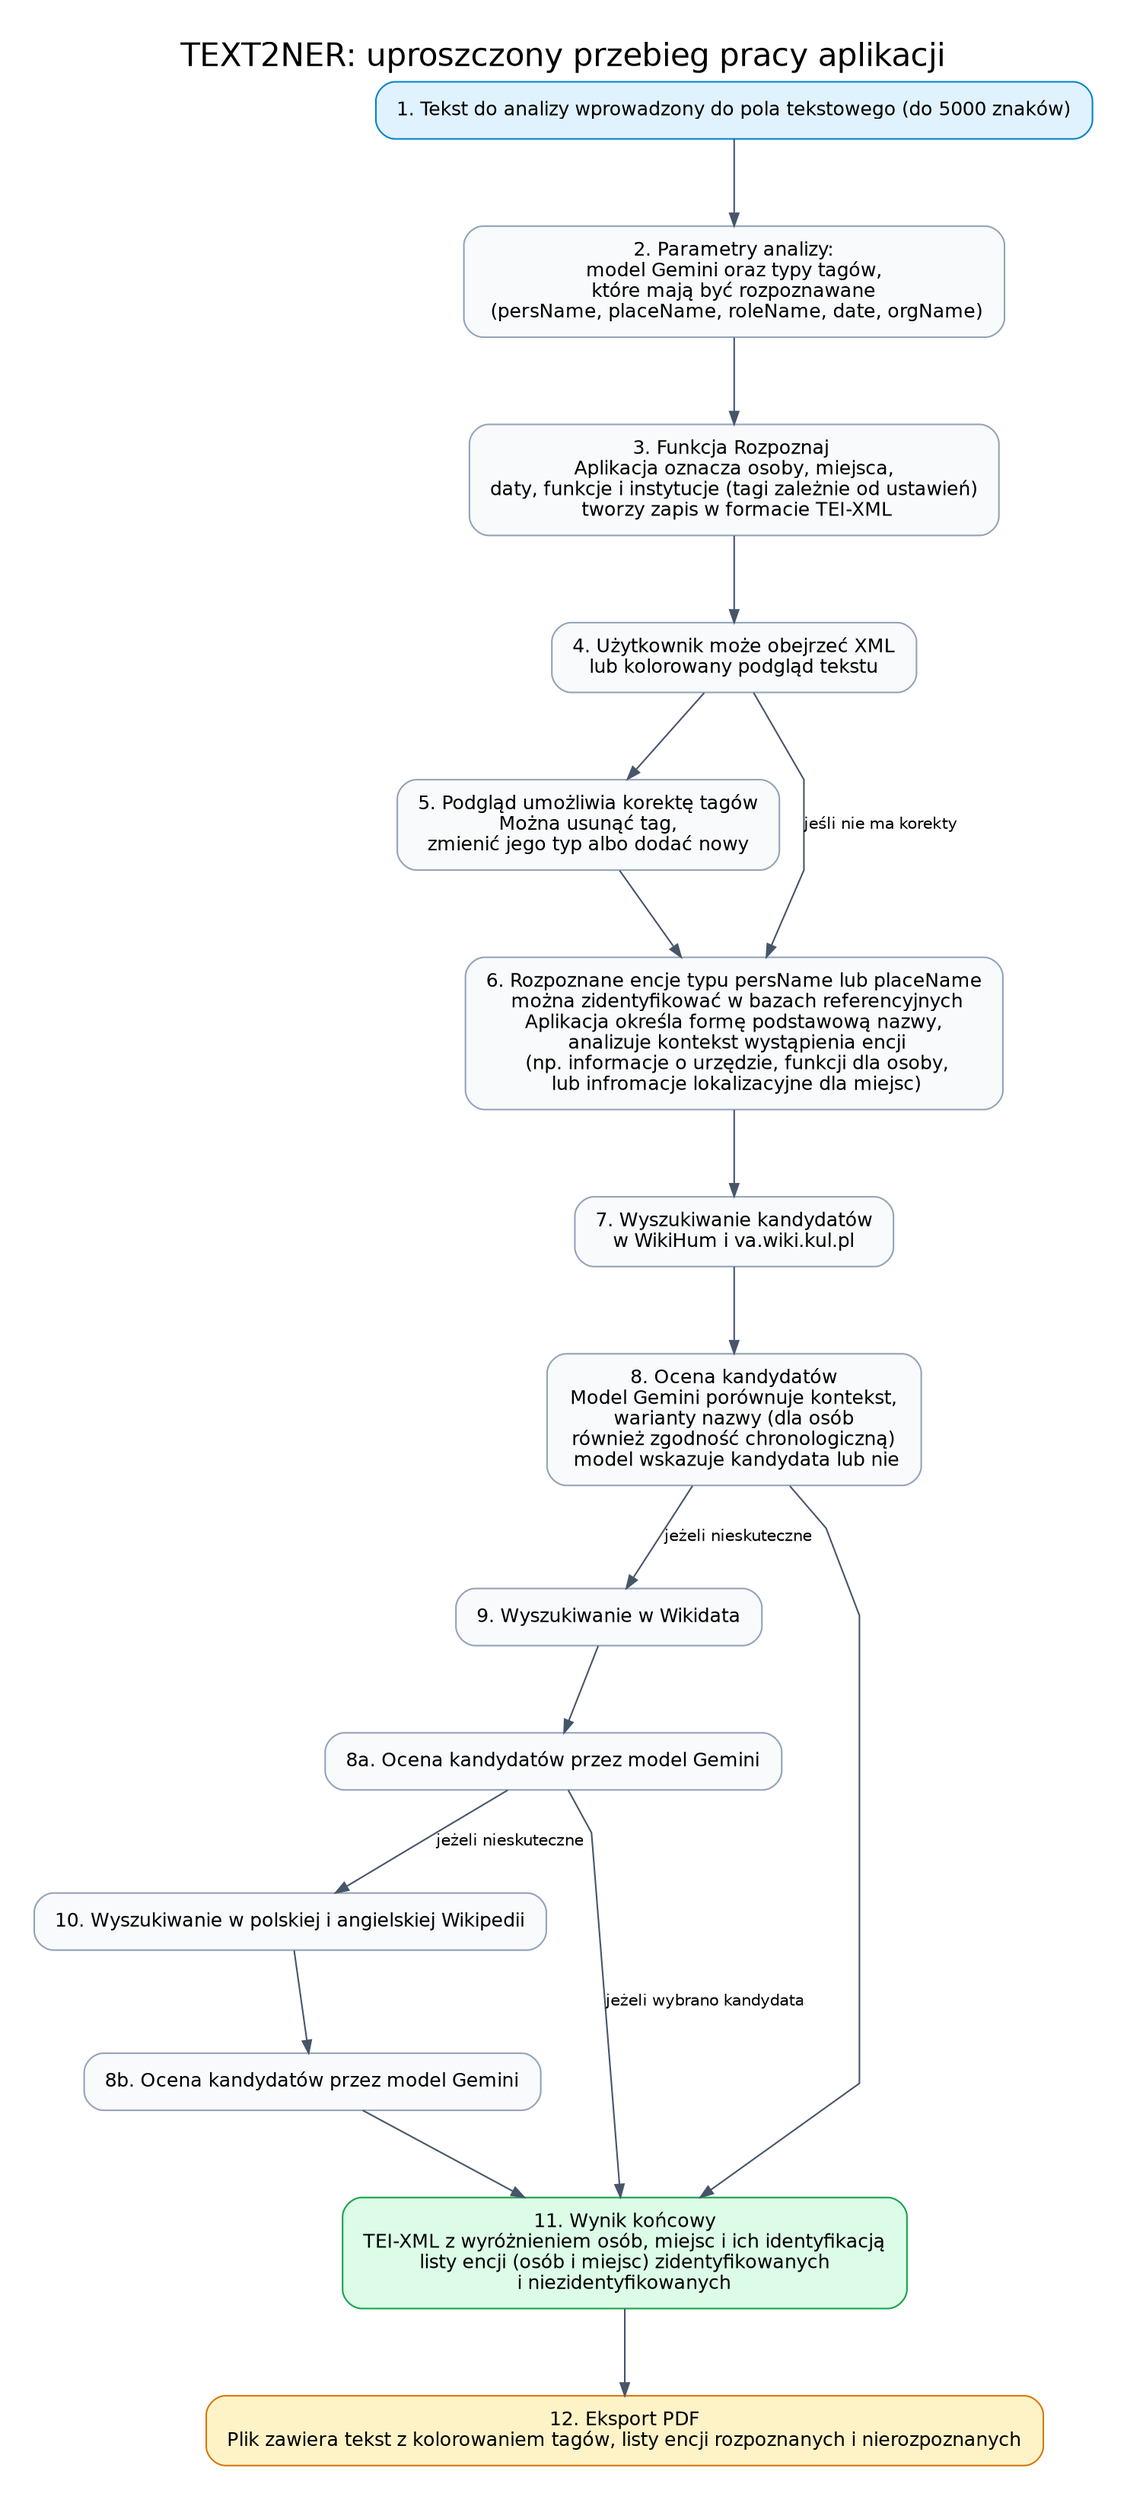
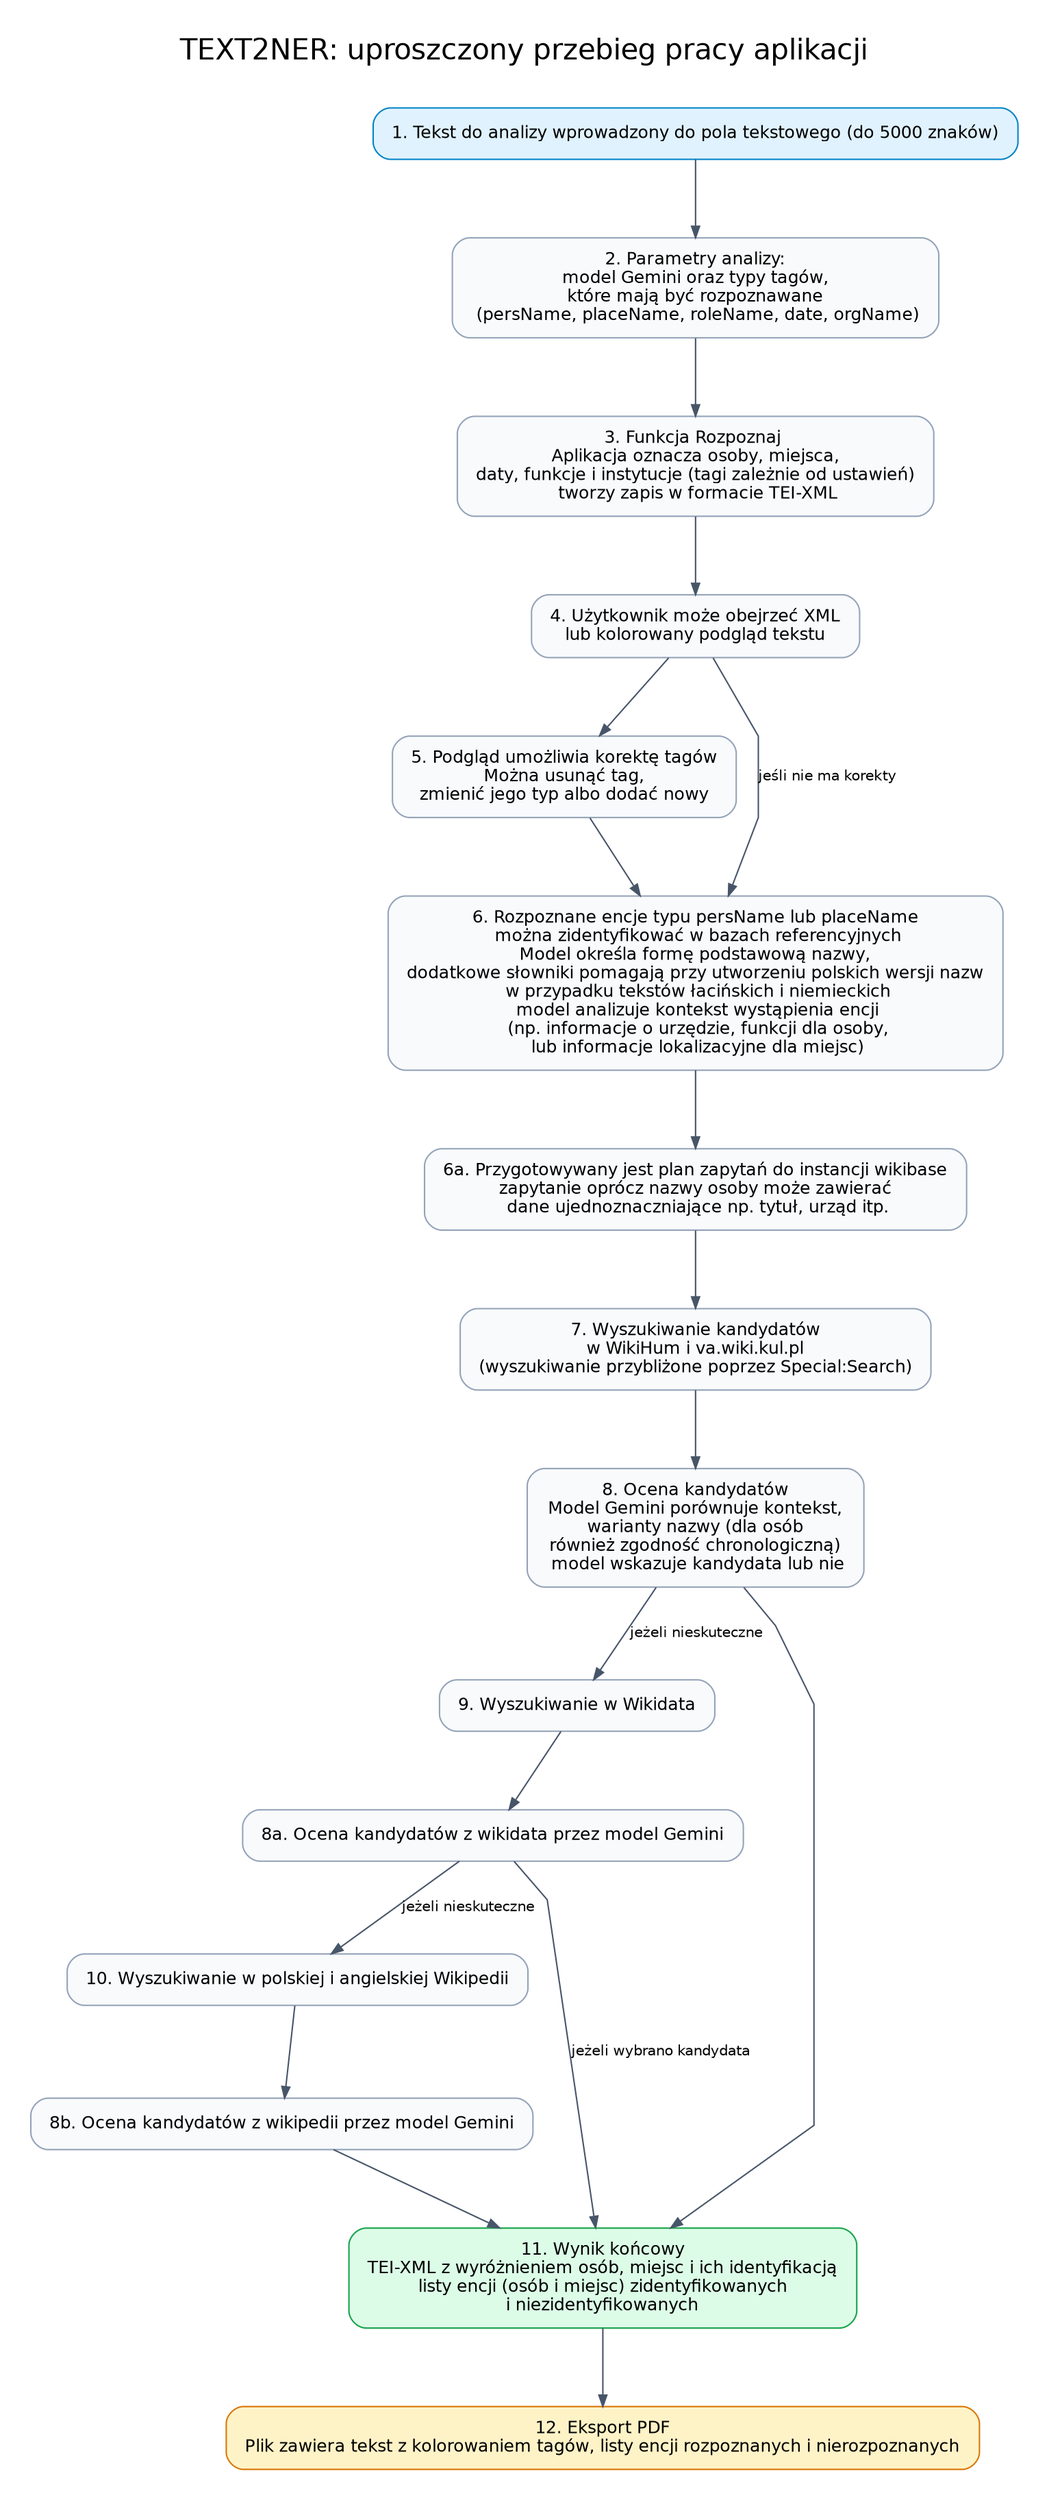
digraph text2ner_process_simple {
    graph [
        rankdir=TB,
        labelloc="t",
-         label="TEXT2NER: uproszczony przebieg pracy aplikacji",
+         label="TEXT2NER: uproszczony przebieg pracy aplikacji\n\n",
        fontsize=20,
        fontname="Helvetica",
        pad=0.3,
        nodesep=0.45,
        ranksep=0.75,
        splines=polyline,
        bgcolor="white"
    ];

    node [
        shape=box,
        style="rounded,filled",
        fillcolor="#F8FAFC",
        color="#94A3B8",
        fontname="Helvetica",
        fontsize=12,
        margin="0.18,0.12"
    ];

    edge [
        color="#475569",
        arrowsize=0.8,
        fontname="Helvetica",
        fontsize=10
    ];

    start [label="1. Tekst do analizy wprowadzony do pola tekstowego (do 5000 znaków)", fillcolor="#E0F2FE", color="#0284C7"];
    settings [label="2. Parametry analizy:\nmodel Gemini oraz typy tagów,\nktóre mają być rozpoznawane\n (persName, placeName, roleName, date, orgName)"];
    recognize [label="3. Funkcja Rozpoznaj \nAplikacja oznacza osoby, miejsca,\ndaty, funkcje i instytucje (tagi zależnie od ustawień)\n tworzy zapis w formacie TEI-XML"];
    preview [label="4. Użytkownik może obejrzeć XML\nlub kolorowany podgląd tekstu"];
    manual [label="5. Podgląd umożliwia korektę tagów\nMożna usunąć tag,\nzmienić jego typ albo dodać nowy"];
-     identify [label="6. Rozpoznane encje typu persName lub placeName\n można zidentyfikować w bazach referencyjnych\nAplikacja określa formę podstawową nazwy,\n analizuje kontekst wystąpienia encji\n (np. informacje o urzędzie, funkcji dla osoby,\n lub infromacje lokalizacyjne dla miejsc)"];
-     sources [label="7. Wyszukiwanie kandydatów\nw WikiHum i va.wiki.kul.pl"];
+     identify [label="6. Rozpoznane encje typu persName lub placeName\n można zidentyfikować w bazach referencyjnych\nModel określa formę podstawową nazwy,\ndodatkowe słowniki pomagają przy utworzeniu polskich wersji nazw\n w przypadku tekstów łacińskich i niemieckich\n model analizuje kontekst wystąpienia encji\n (np. informacje o urzędzie, funkcji dla osoby,\n lub informacje lokalizacyjne dla miejsc)"];
+     identify2 [label="6a. Przygotowywany jest plan zapytań do instancji wikibase\n zapytanie oprócz nazwy osoby może zawierać \n dane ujednoznaczniające np. tytuł, urząd itp."];
+     sources [label="7. Wyszukiwanie kandydatów\nw WikiHum i va.wiki.kul.pl\n(wyszukiwanie przybliżone poprzez Special:Search)"];
    decision [label="8. Ocena kandydatów\nModel Gemini porównuje kontekst,\nwarianty nazwy (dla osób\nrównież zgodność chronologiczną)\n model wskazuje kandydata lub nie"];
-     decision2 [label="8a. Ocena kandydatów przez model Gemini"];
-     decision3 [label="8b. Ocena kandydatów przez model Gemini"];
+     decision2 [label="8a. Ocena kandydatów z wikidata przez model Gemini"];
+     decision3 [label="8b. Ocena kandydatów z wikipedii przez model Gemini"];
    sources2 [label="9. Wyszukiwanie w Wikidata"];
    sources3 [label="10. Wyszukiwanie w polskiej i angielskiej Wikipedii"];
    result [label="11. Wynik końcowy\nTEI-XML z wyróżnieniem osób, miejsc i ich identyfikacją\nlisty encji (osób i miejsc) zidentyfikowanych\ni niezidentyfikowanych", fillcolor="#DCFCE7", color="#16A34A"];
    pdf_after [label="12. Eksport PDF\nPlik zawiera tekst z kolorowaniem tagów, listy encji rozpoznanych i nierozpoznanych", fillcolor="#FEF3C7", color="#D97706"];

-     start -> settings -> recognize -> preview -> manual -> identify -> sources -> decision -> result -> pdf_after;
+     start -> settings -> recognize -> preview -> manual -> identify -> identify2 -> sources -> decision -> result -> pdf_after;
    preview -> identify [label="jeśli nie ma korekty"];
    decision -> sources2 [label="jeżeli nieskuteczne"]
    sources2 -> decision2
    decision2 -> result [label="jeżeli wybrano kandydata"]
    decision2 -> sources3 [label="jeżeli nieskuteczne"]
    sources3 -> decision3
    decision3 -> result
}
